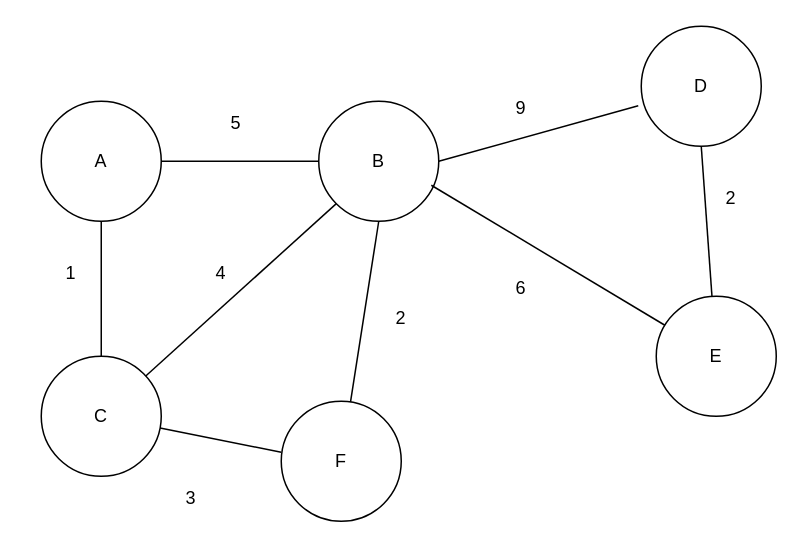
Above: page "Krusal MST" (3 of 4) of diagram/Graph.drawio in mrthetkhine/Turing-DataStructureAlgorithm-Batch-2 (draw.io), before the change. Source tidied: cells renumbered, new cells numbered last; positions are measured from the earlier drawing's top-left corner, leaving out a move shared by most shapes. Both pictures are drawn from the tidied source at 150%, with x=0, y=0 at pixel (26, 26).
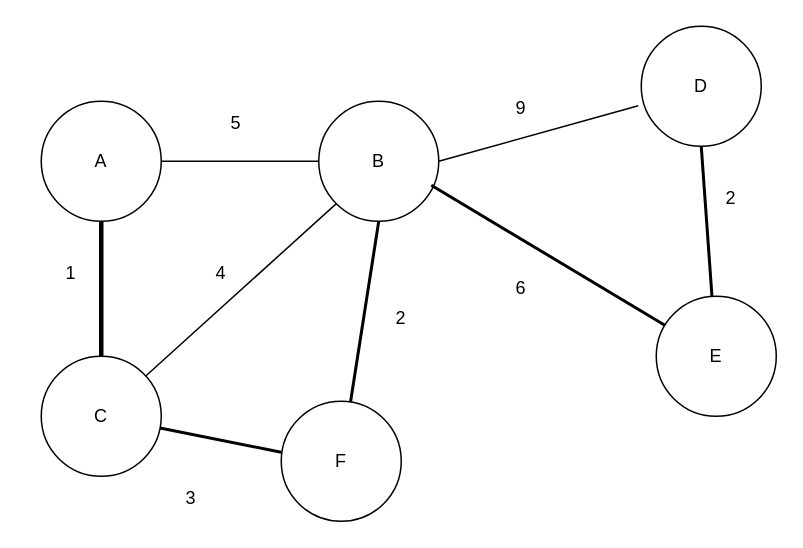
The same page after the edit.

The change refers to these unchanged cells:
```xml
<mxCell id="2" value="A" style="ellipse;whiteSpace=wrap;html=1;" parent="1" vertex="1">
  <mxGeometry x="10" y="50" width="80" height="80" as="geometry" />
</mxCell>
<mxCell id="3" value="B" style="ellipse;whiteSpace=wrap;html=1;" parent="1" vertex="1">
  <mxGeometry x="195" y="50" width="80" height="80" as="geometry" />
</mxCell>
<mxCell id="5" value="C" style="ellipse;whiteSpace=wrap;html=1;" parent="1" vertex="1">
  <mxGeometry x="10" y="220" width="80" height="80" as="geometry" />
</mxCell>
<mxCell id="7" value="D" style="ellipse;whiteSpace=wrap;html=1;" parent="1" vertex="1">
  <mxGeometry x="410" width="80" height="80" as="geometry" />
</mxCell>
<mxCell id="8" value="E" style="ellipse;whiteSpace=wrap;html=1;" parent="1" vertex="1">
  <mxGeometry x="420" y="180" width="80" height="80" as="geometry" />
</mxCell>
<mxCell id="11" value="F" style="ellipse;whiteSpace=wrap;html=1;" parent="1" vertex="1">
  <mxGeometry x="170" y="250" width="80" height="80" as="geometry" />
</mxCell>
```

The edit, as a diff of the source:
```diff
@@
-    <mxCell id="6" style="endArrow=none;html=1;rounded=0;" parent="1" edge="1" source="5" target="2">
+    <mxCell id="6" style="endArrow=none;html=1;rounded=0;strokeColor=#000000;strokeWidth=3;" parent="1" edge="1" source="5" target="2">
       <mxGeometry relative="1" as="geometry" />
     </mxCell>
@@
-    <mxCell id="10" style="endArrow=none;html=1;rounded=0;exitX=0.938;exitY=0.7;exitDx=0;exitDy=0;exitPerimeter=0;" parent="1" edge="1" source="3" target="8">
+    <mxCell id="10" style="endArrow=none;html=1;rounded=0;exitX=0.938;exitY=0.7;exitDx=0;exitDy=0;exitPerimeter=0;strokeWidth=2;" parent="1" edge="1" source="3" target="8">
       <mxGeometry relative="1" as="geometry" />
     </mxCell>
@@
-    <mxCell id="12" style="endArrow=none;html=1;rounded=0;exitX=0;exitY=0.425;exitDx=0;exitDy=0;exitPerimeter=0;" parent="1" edge="1" source="11" target="5">
+    <mxCell id="12" style="endArrow=none;html=1;rounded=0;exitX=0;exitY=0.425;exitDx=0;exitDy=0;exitPerimeter=0;strokeWidth=2;" parent="1" edge="1" source="11" target="5">
       <mxGeometry relative="1" as="geometry" />
     </mxCell>
-    <mxCell id="13" style="endArrow=none;html=1;rounded=0;entryX=0.5;entryY=1;entryDx=0;entryDy=0;" parent="1" edge="1" source="8" target="7">
+    <mxCell id="13" style="endArrow=none;html=1;rounded=0;entryX=0.5;entryY=1;entryDx=0;entryDy=0;strokeWidth=2;" parent="1" edge="1" source="8" target="7">
       <mxGeometry relative="1" as="geometry" />
     </mxCell>
@@
-    <mxCell id="22" style="endArrow=none;html=1;rounded=0;entryX=0.5;entryY=1;entryDx=0;entryDy=0;" parent="1" edge="1" source="11" target="3">
+    <mxCell id="22" style="endArrow=none;html=1;rounded=0;entryX=0.5;entryY=1;entryDx=0;entryDy=0;strokeWidth=2;" parent="1" edge="1" source="11" target="3">
       <mxGeometry relative="1" as="geometry" />
     </mxCell>
```
